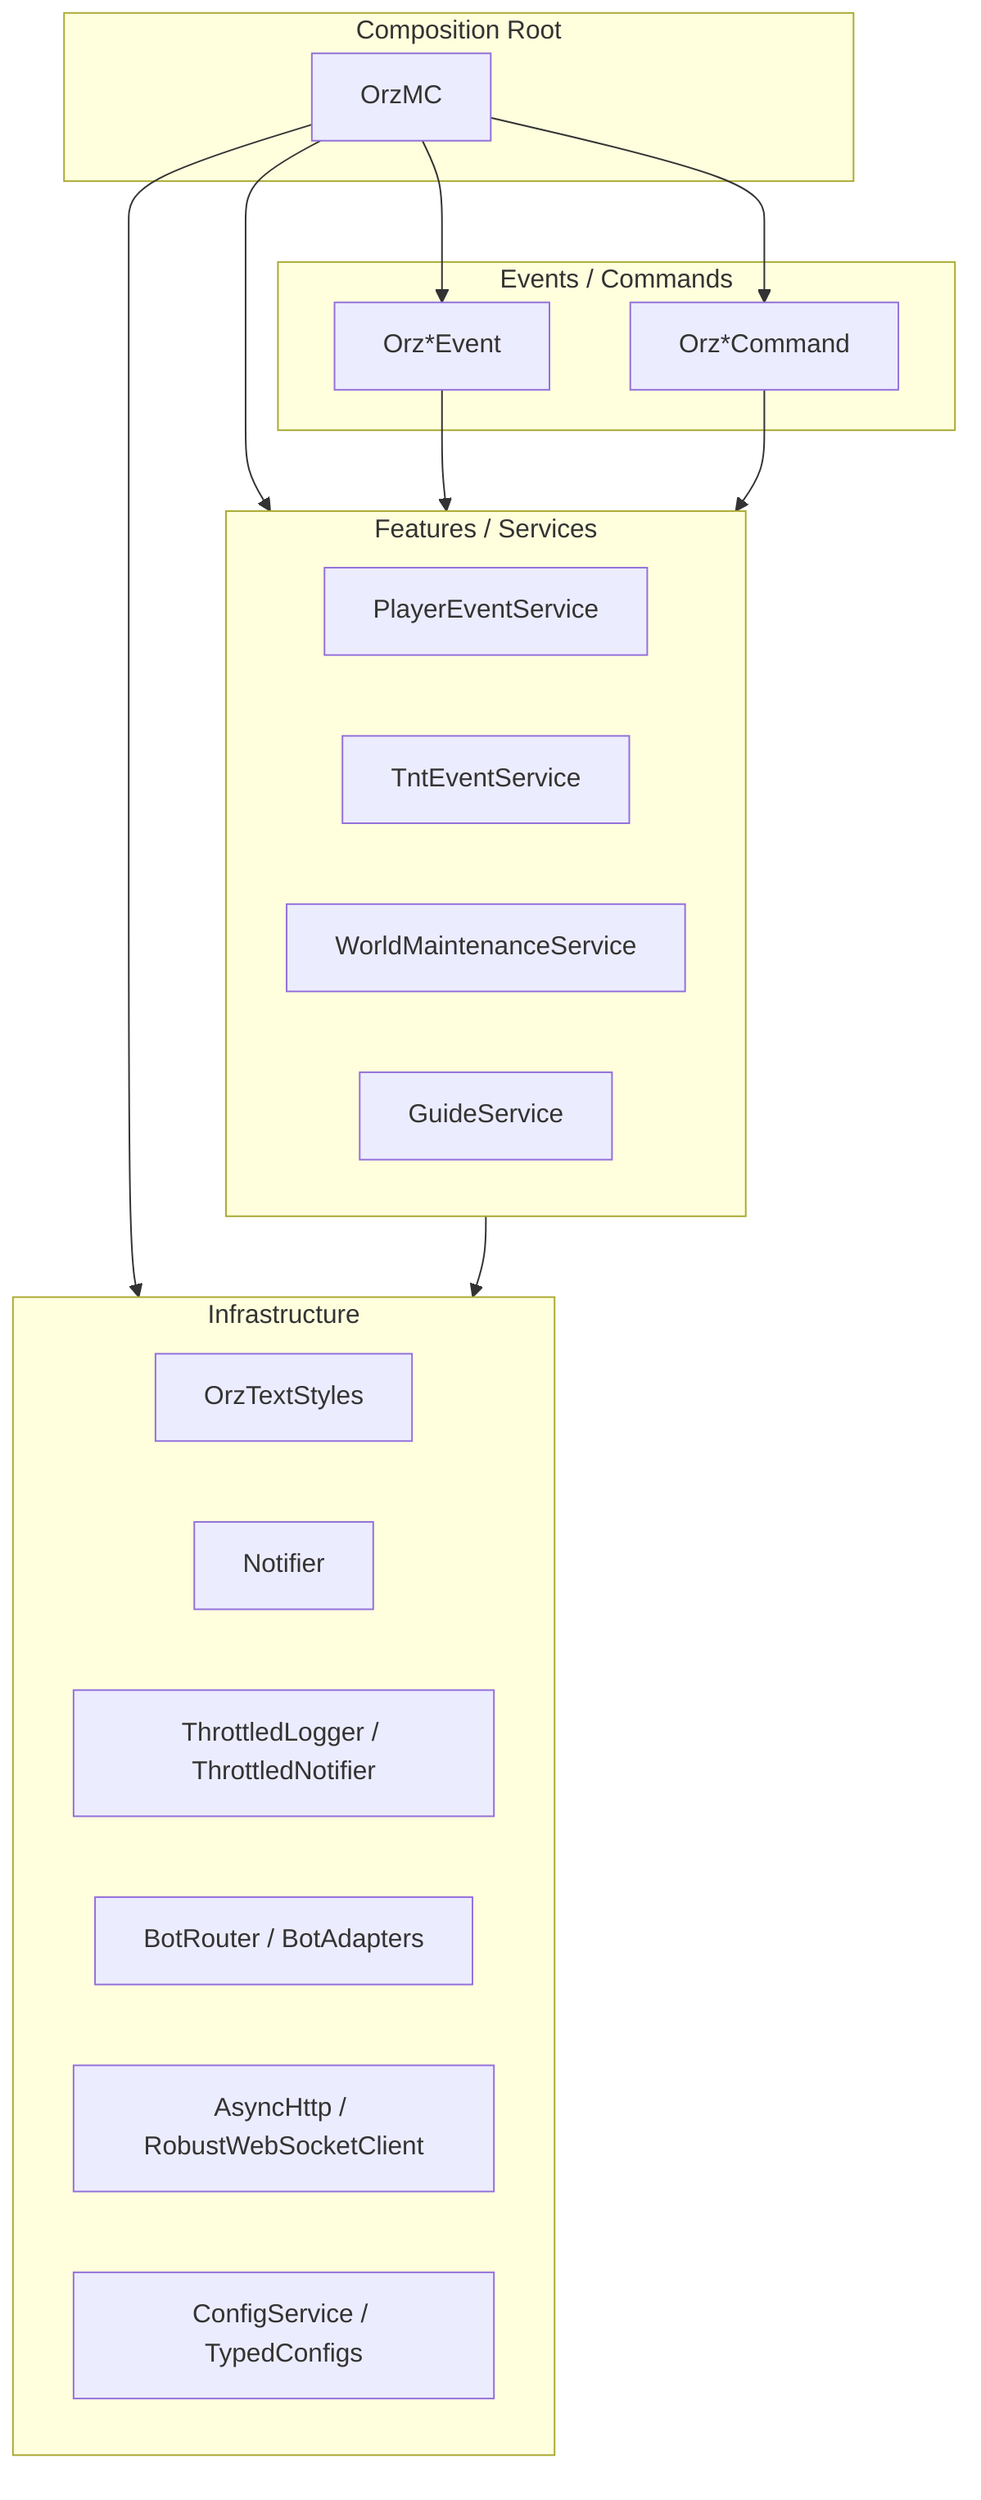
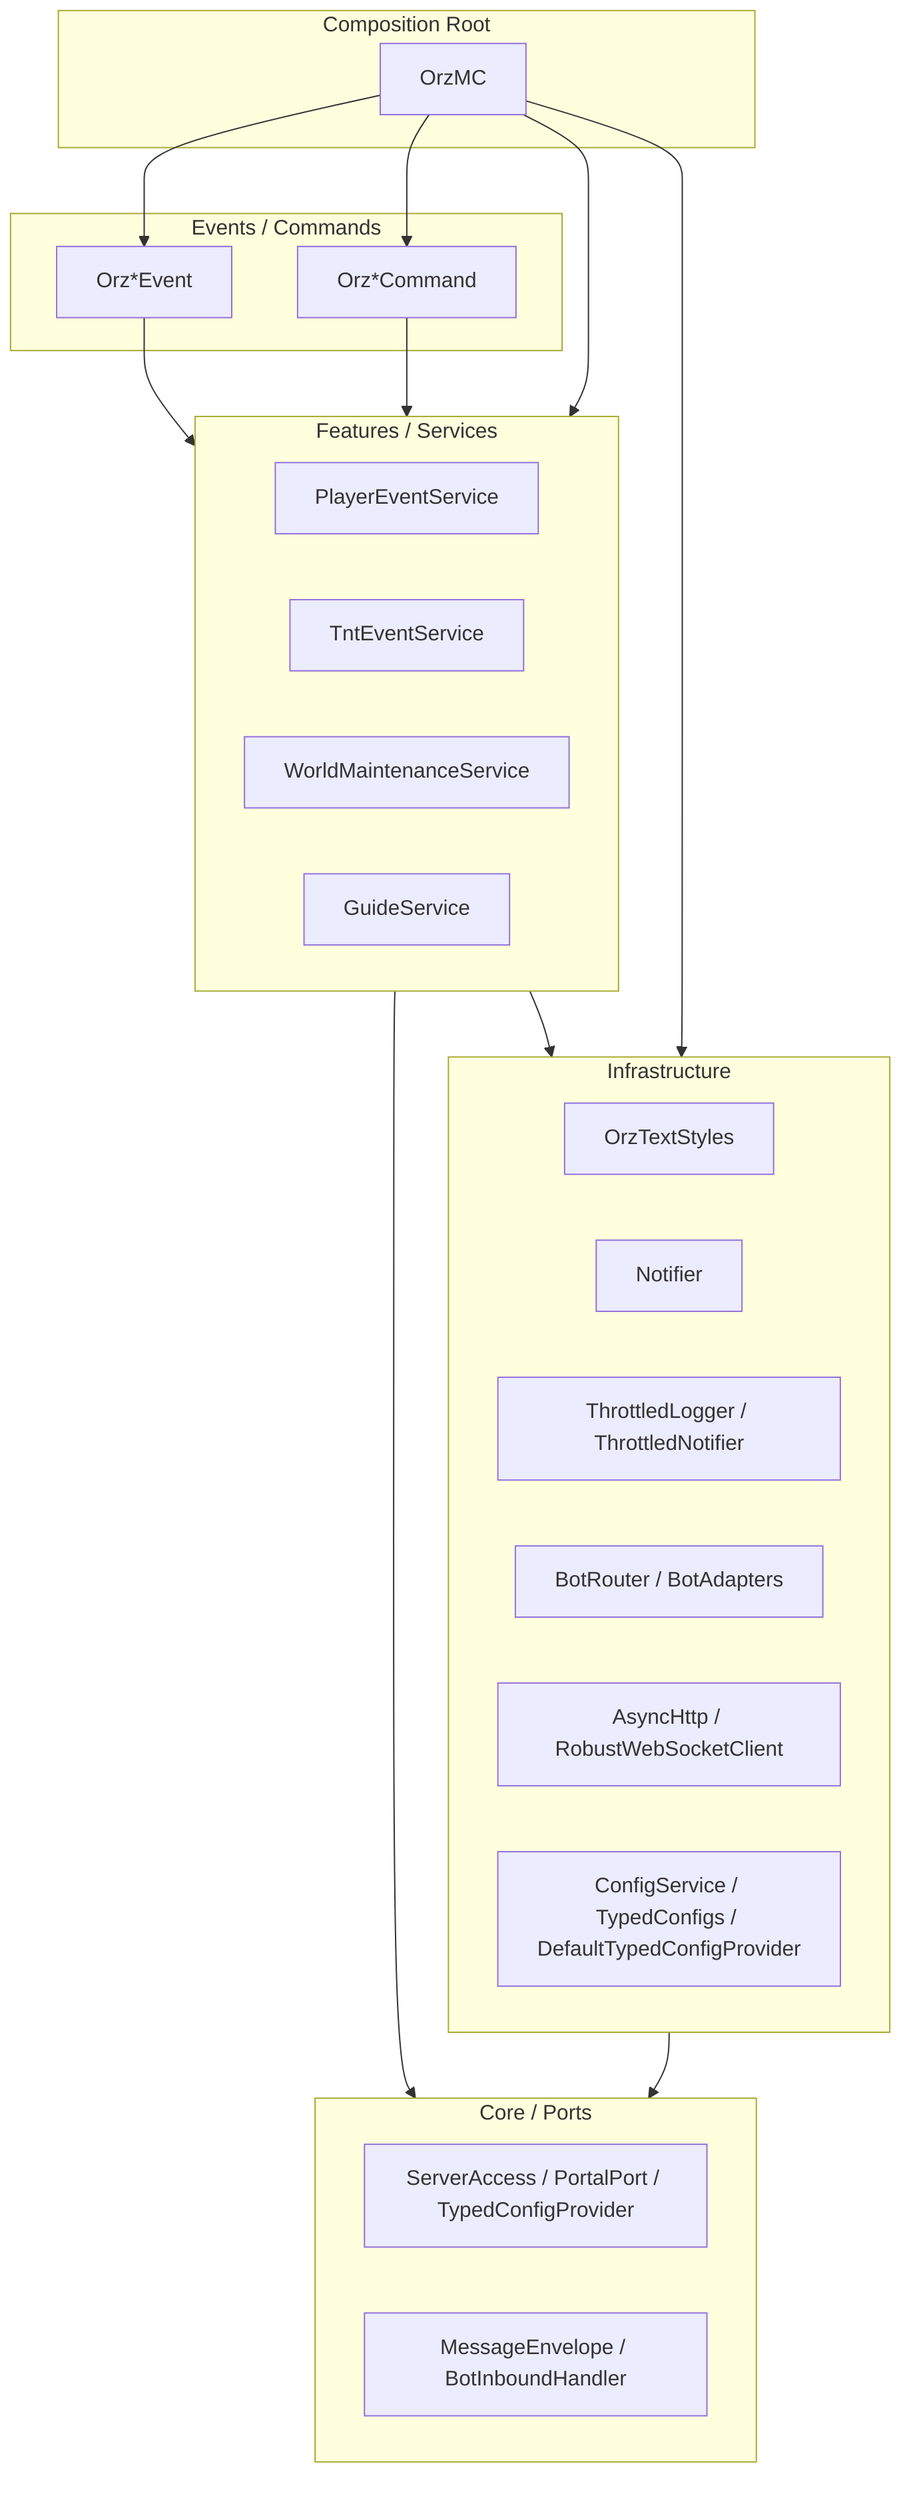
flowchart TB
  subgraph CompositionRoot[Composition Root]
    OrzMC[OrzMC]
  end

  subgraph Adapters[Events / Commands]
    EventListeners[Orz*Event]
    Commands[Orz*Command]
  end

  subgraph Services[Features / Services]
    PlayerSvc[PlayerEventService]
    TntSvc[TntEventService]
    MaintainSvc[WorldMaintenanceService]
    GuideSvc[GuideService]
  end

+   subgraph Core[Core / Ports]
+     Ports[ServerAccess / PortalPort / TypedConfigProvider]
+     Msg[MessageEnvelope / BotInboundHandler]
+   end
+ 
  subgraph Infra[Infrastructure]
    Styles[OrzTextStyles]
    Notifier[Notifier]
    Throttled[ThrottledLogger / ThrottledNotifier]
    Bot[BotRouter / BotAdapters]
    Net[AsyncHttp / RobustWebSocketClient]
-     Config[ConfigService / TypedConfigs]
+     Config[ConfigService / TypedConfigs / DefaultTypedConfigProvider]
  end

  OrzMC --> EventListeners
  OrzMC --> Commands
  OrzMC --> Services
  OrzMC --> Infra
  EventListeners --> Services
  Commands --> Services
+   Services --> Core
+   Infra --> Core
  Services --> Infra
